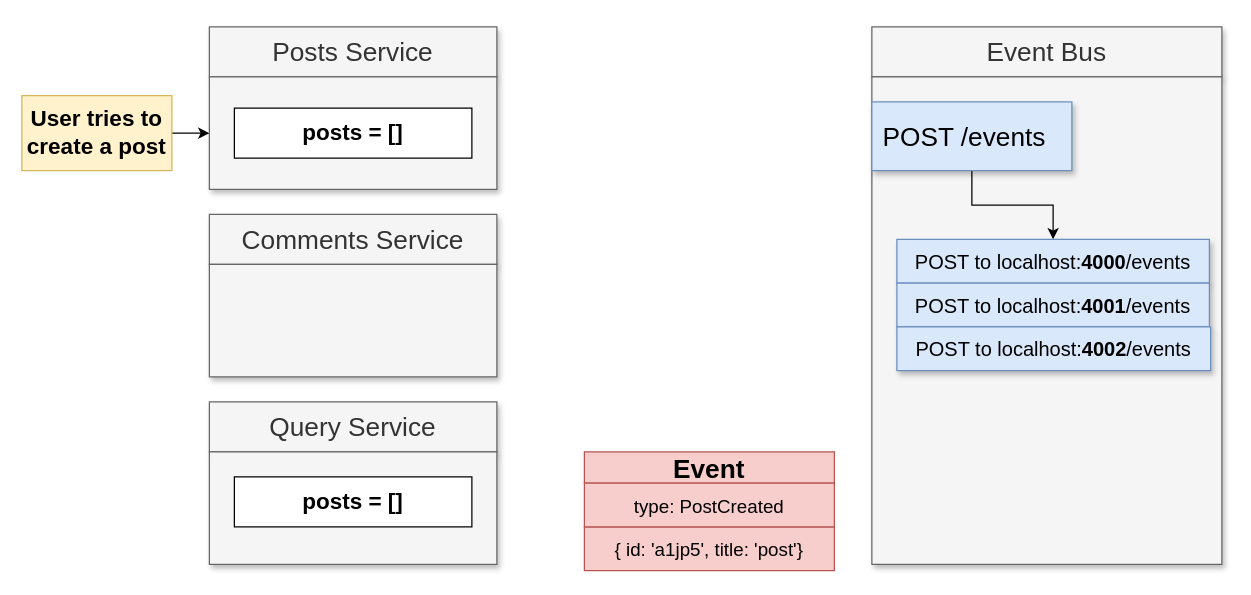
cosmicfilament/blog-microservices keeps this draw.io diagram as page "08 - updown" (6 of 28) of diagrams/02/02.drawio. Above is the earlier version. Source tidied: cells renumbered, new cells numbered last; positions are measured from the earlier drawing's top-left corner, leaving out a move shared by most shapes. Both pictures are drawn from the tidied source at 125%, with x=0, y=0 at pixel (21, 26).
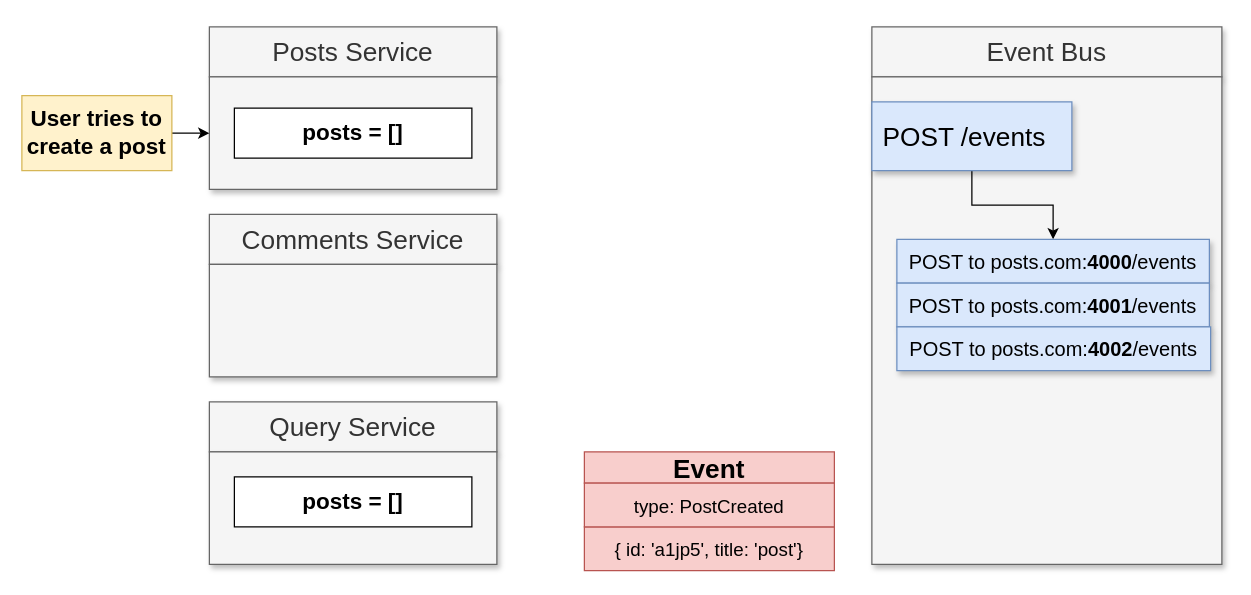
The same page after the edit.

Diff of the diagram source:
```diff
@@
-    <mxCell id="13" value="POST to localhost:&lt;b&gt;4000&lt;/b&gt;/events" style="whiteSpace=wrap;html=1;rounded=0;shadow=1;fontSize=16;align=center;fillColor=#dae8fc;strokeColor=#6c8ebf;fontStyle=0;" parent="1" vertex="1">
+    <mxCell id="13" value="POST to posts.com:&lt;b&gt;4000&lt;/b&gt;/events" style="whiteSpace=wrap;html=1;rounded=0;shadow=1;fontSize=16;align=center;fillColor=#dae8fc;strokeColor=#6c8ebf;fontStyle=0;" parent="1" vertex="1">
       <mxGeometry x="700" y="170" width="250" height="35" as="geometry" />
     </mxCell>
-    <mxCell id="14" value="POST to localhost:&lt;b&gt;4001&lt;/b&gt;/events" style="whiteSpace=wrap;html=1;rounded=0;shadow=1;fontSize=16;align=center;fillColor=#dae8fc;strokeColor=#6c8ebf;fontStyle=0;" parent="1" vertex="1">
+    <mxCell id="14" value="POST to posts.com:&lt;b&gt;4001&lt;/b&gt;/events" style="whiteSpace=wrap;html=1;rounded=0;shadow=1;fontSize=16;align=center;fillColor=#dae8fc;strokeColor=#6c8ebf;fontStyle=0;" parent="1" vertex="1">
       <mxGeometry x="700" y="205" width="250" height="35" as="geometry" />
     </mxCell>
-    <mxCell id="15" value="POST to localhost:&lt;b&gt;4002&lt;/b&gt;/events" style="whiteSpace=wrap;html=1;rounded=0;shadow=1;fontSize=16;align=center;fillColor=#dae8fc;strokeColor=#6c8ebf;fontStyle=0;" parent="1" vertex="1">
+    <mxCell id="15" value="POST to posts.com:&lt;b&gt;4002&lt;/b&gt;/events" style="whiteSpace=wrap;html=1;rounded=0;shadow=1;fontSize=16;align=center;fillColor=#dae8fc;strokeColor=#6c8ebf;fontStyle=0;" parent="1" vertex="1">
       <mxGeometry x="700" y="240" width="251" height="35" as="geometry" />
     </mxCell>
```
